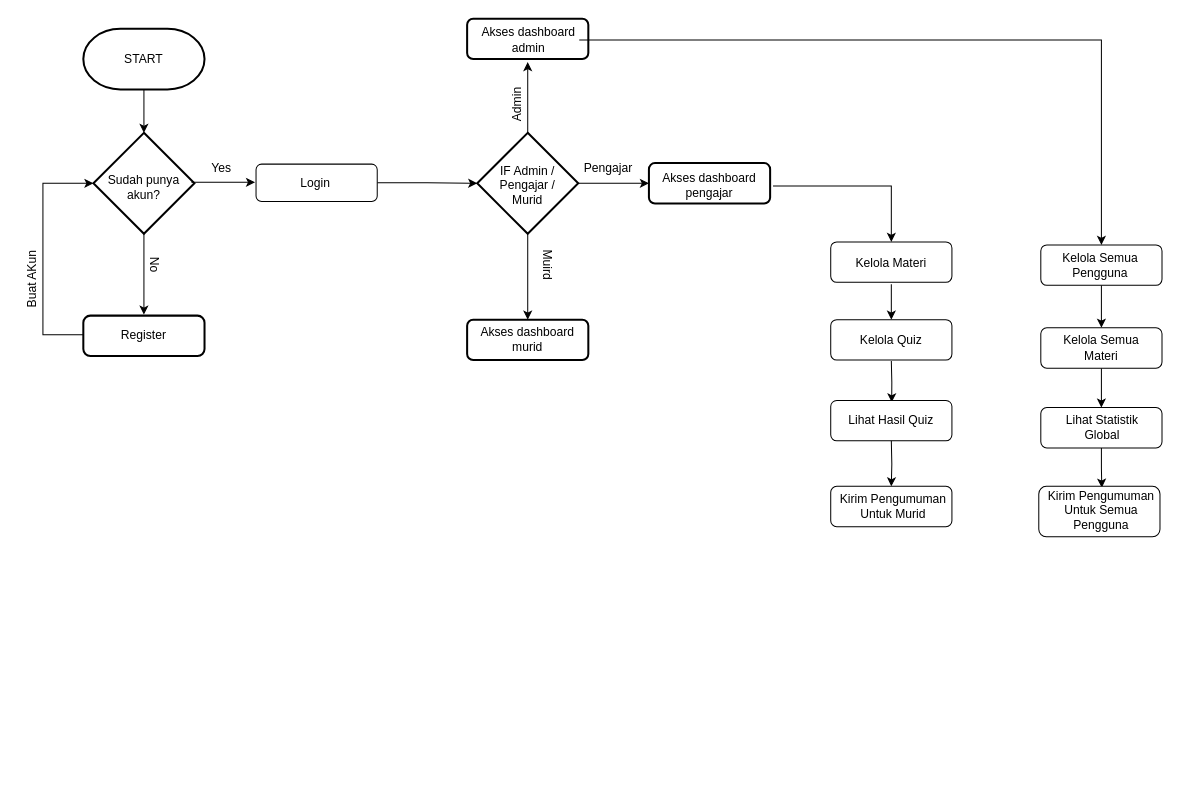
Before: benkyou.drawio in muhammad-shofa/benkyou, a draw.io diagram. Source tidied: cells renumbered, new cells numbered last; positions are measured from the earlier drawing's top-left corner, leaving out a move shared by most shapes. Both pictures are drawn from the tidied source at 101%, with x=0, y=0 at pixel (-8, 18).
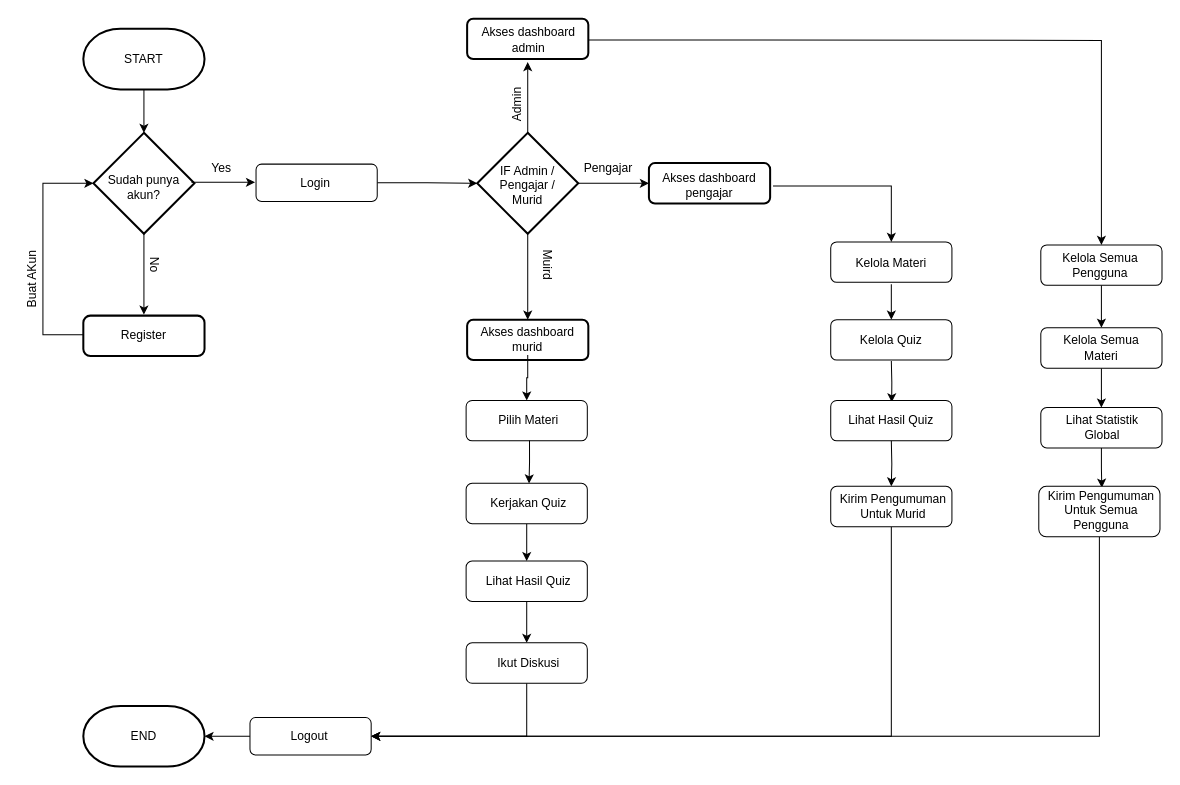
Above is the later version.

The change refers to these unchanged cells:
```xml
<mxCell id="25" value="Akses dashboard admin" style="text;strokeColor=none;align=center;fillColor=none;html=1;verticalAlign=middle;whiteSpace=wrap;rounded=0;" parent="1" vertex="1">
  <mxGeometry x="481" y="6" width="100" height="30" as="geometry" />
</mxCell>
<mxCell id="30" value="Akses dashboard murid" style="text;strokeColor=none;align=center;fillColor=none;html=1;verticalAlign=middle;whiteSpace=wrap;rounded=0;" parent="1" vertex="1">
  <mxGeometry x="480" y="303" width="100" height="30" as="geometry" />
</mxCell>
<mxCell id="43" style="rounded=1;whiteSpace=wrap;html=1;" parent="1" vertex="1">
  <mxGeometry x="830" y="463" width="120" height="40" as="geometry" />
</mxCell>
<mxCell id="46" style="rounded=1;whiteSpace=wrap;html=1;" parent="1" vertex="1">
  <mxGeometry x="1038" y="224" width="120" height="40" as="geometry" />
</mxCell>
<mxCell id="54" style="rounded=1;whiteSpace=wrap;html=1;" parent="1" vertex="1">
  <mxGeometry x="1036" y="463" width="120" height="50" as="geometry" />
</mxCell>
```

Change to the diagram source:
```diff
@@
-    <mxCell id="24" style="edgeStyle=orthogonalEdgeStyle;rounded=0;jettySize=auto;html=1;" parent="1" edge="1" source="25" target="46">
-      <mxGeometry relative="1" as="geometry" />
+    <mxCell id="24" style="edgeStyle=orthogonalEdgeStyle;rounded=0;jettySize=auto;html=1;" parent="1" edge="1" target="46">
+      <mxGeometry relative="1" as="geometry">
+        <mxPoint x="590" y="21" as="sourcePoint" />
+      </mxGeometry>
     </mxCell>
@@
+    <mxCell id="56" style="edgeStyle=orthogonalEdgeStyle;rounded=0;jettySize=auto;html=1;entryX=0.5;entryY=0;entryDx=0;entryDy=0;" parent="1" edge="1" source="30" target="59">
+      <mxGeometry relative="1" as="geometry" />
+    </mxCell>
@@
+    <mxCell id="57" style="edgeStyle=orthogonalEdgeStyle;rounded=0;jettySize=auto;html=1;exitX=0.5;exitY=1;exitDx=0;exitDy=0;entryX=1;entryY=0.5;entryDx=0;entryDy=0;" parent="1" edge="1" source="43" target="71">
+      <mxGeometry relative="1" as="geometry" />
+    </mxCell>
@@
+    <mxCell id="58" style="edgeStyle=orthogonalEdgeStyle;rounded=0;jettySize=auto;html=1;exitX=0.5;exitY=1;exitDx=0;exitDy=0;entryX=1;entryY=0.5;entryDx=0;entryDy=0;" parent="1" edge="1" source="54" target="71">
+      <mxGeometry relative="1" as="geometry" />
+    </mxCell>
@@
+    <mxCell id="59" style="rounded=1;whiteSpace=wrap;html=1;" parent="1" vertex="1">
+      <mxGeometry x="469" y="378" width="120" height="40" as="geometry" />
+    </mxCell>
+    <mxCell id="60" style="edgeStyle=orthogonalEdgeStyle;rounded=0;jettySize=auto;html=1;entryX=0.519;entryY=0.003;entryDx=0;entryDy=0;entryPerimeter=0;exitX=0.523;exitY=0.991;exitDx=0;exitDy=0;exitPerimeter=0;" parent="1" edge="1" source="59" target="63">
+      <mxGeometry relative="1" as="geometry" />
+    </mxCell>
+    <mxCell id="61" value="Pilih Materi" style="text;strokeColor=none;align=center;fillColor=none;html=1;verticalAlign=middle;whiteSpace=wrap;rounded=0;" parent="1" vertex="1">
+      <mxGeometry x="471" y="383" width="120" height="30" as="geometry" />
+    </mxCell>
+    <mxCell id="62" style="edgeStyle=orthogonalEdgeStyle;rounded=0;jettySize=auto;html=1;entryX=0.5;entryY=0;entryDx=0;entryDy=0;" parent="1" edge="1" source="63" target="66">
+      <mxGeometry relative="1" as="geometry" />
+    </mxCell>
+    <mxCell id="63" style="rounded=1;whiteSpace=wrap;html=1;" parent="1" vertex="1">
+      <mxGeometry x="469" y="460" width="120" height="40" as="geometry" />
+    </mxCell>
+    <mxCell id="64" value="Kerjakan Quiz" style="text;strokeColor=none;align=center;fillColor=none;html=1;verticalAlign=middle;whiteSpace=wrap;rounded=0;" parent="1" vertex="1">
+      <mxGeometry x="471" y="465" width="120" height="30" as="geometry" />
+    </mxCell>
+    <mxCell id="65" style="edgeStyle=orthogonalEdgeStyle;rounded=0;jettySize=auto;html=1;exitX=0.5;exitY=1;exitDx=0;exitDy=0;entryX=0.5;entryY=0;entryDx=0;entryDy=0;" parent="1" edge="1" source="66" target="69">
+      <mxGeometry relative="1" as="geometry" />
+    </mxCell>
+    <mxCell id="66" style="rounded=1;whiteSpace=wrap;html=1;" parent="1" vertex="1">
+      <mxGeometry x="469" y="537" width="120" height="40" as="geometry" />
+    </mxCell>
+    <mxCell id="67" value="Lihat Hasil Quiz" style="text;strokeColor=none;align=center;fillColor=none;html=1;verticalAlign=middle;whiteSpace=wrap;rounded=0;" parent="1" vertex="1">
+      <mxGeometry x="471" y="542" width="120" height="30" as="geometry" />
+    </mxCell>
+    <mxCell id="68" style="edgeStyle=orthogonalEdgeStyle;rounded=0;jettySize=auto;html=1;exitX=0.5;exitY=1;exitDx=0;exitDy=0;entryX=1;entryY=0.5;entryDx=0;entryDy=0;" parent="1" edge="1" source="69" target="71">
+      <mxGeometry relative="1" as="geometry" />
+    </mxCell>
+    <mxCell id="69" style="rounded=1;whiteSpace=wrap;html=1;" parent="1" vertex="1">
+      <mxGeometry x="469" y="618" width="120" height="40" as="geometry" />
+    </mxCell>
+    <mxCell id="70" value="Ikut Diskusi" style="text;strokeColor=none;align=center;fillColor=none;html=1;verticalAlign=middle;whiteSpace=wrap;rounded=0;" parent="1" vertex="1">
+      <mxGeometry x="471" y="623" width="120" height="30" as="geometry" />
+    </mxCell>
+    <mxCell id="71" style="rounded=1;whiteSpace=wrap;html=1;" parent="1" vertex="1">
+      <mxGeometry x="255" y="692" width="120" height="37" as="geometry" />
+    </mxCell>
+    <mxCell id="72" value="Logout" style="text;strokeColor=none;align=center;fillColor=none;html=1;verticalAlign=middle;whiteSpace=wrap;rounded=0;" parent="1" vertex="1">
+      <mxGeometry x="284" y="696" width="60" height="30" as="geometry" />
+    </mxCell>
+    <mxCell id="73" style="strokeWidth=2;html=1;shape=mxgraph.flowchart.terminator;whiteSpace=wrap;" parent="1" vertex="1">
+      <mxGeometry x="90" y="680.5" width="120" height="60" as="geometry" />
+    </mxCell>
+    <mxCell id="74" value="END" style="text;strokeColor=none;align=center;fillColor=none;html=1;verticalAlign=middle;whiteSpace=wrap;rounded=0;" parent="1" vertex="1">
+      <mxGeometry x="120" y="695.5" width="60" height="30" as="geometry" />
+    </mxCell>
+    <mxCell id="75" style="edgeStyle=orthogonalEdgeStyle;rounded=0;jettySize=auto;html=1;exitX=0;exitY=0.5;exitDx=0;exitDy=0;entryX=1;entryY=0.5;entryDx=0;entryDy=0;entryPerimeter=0;" parent="1" edge="1" source="71" target="73">
+      <mxGeometry relative="1" as="geometry" />
+    </mxCell>
```
